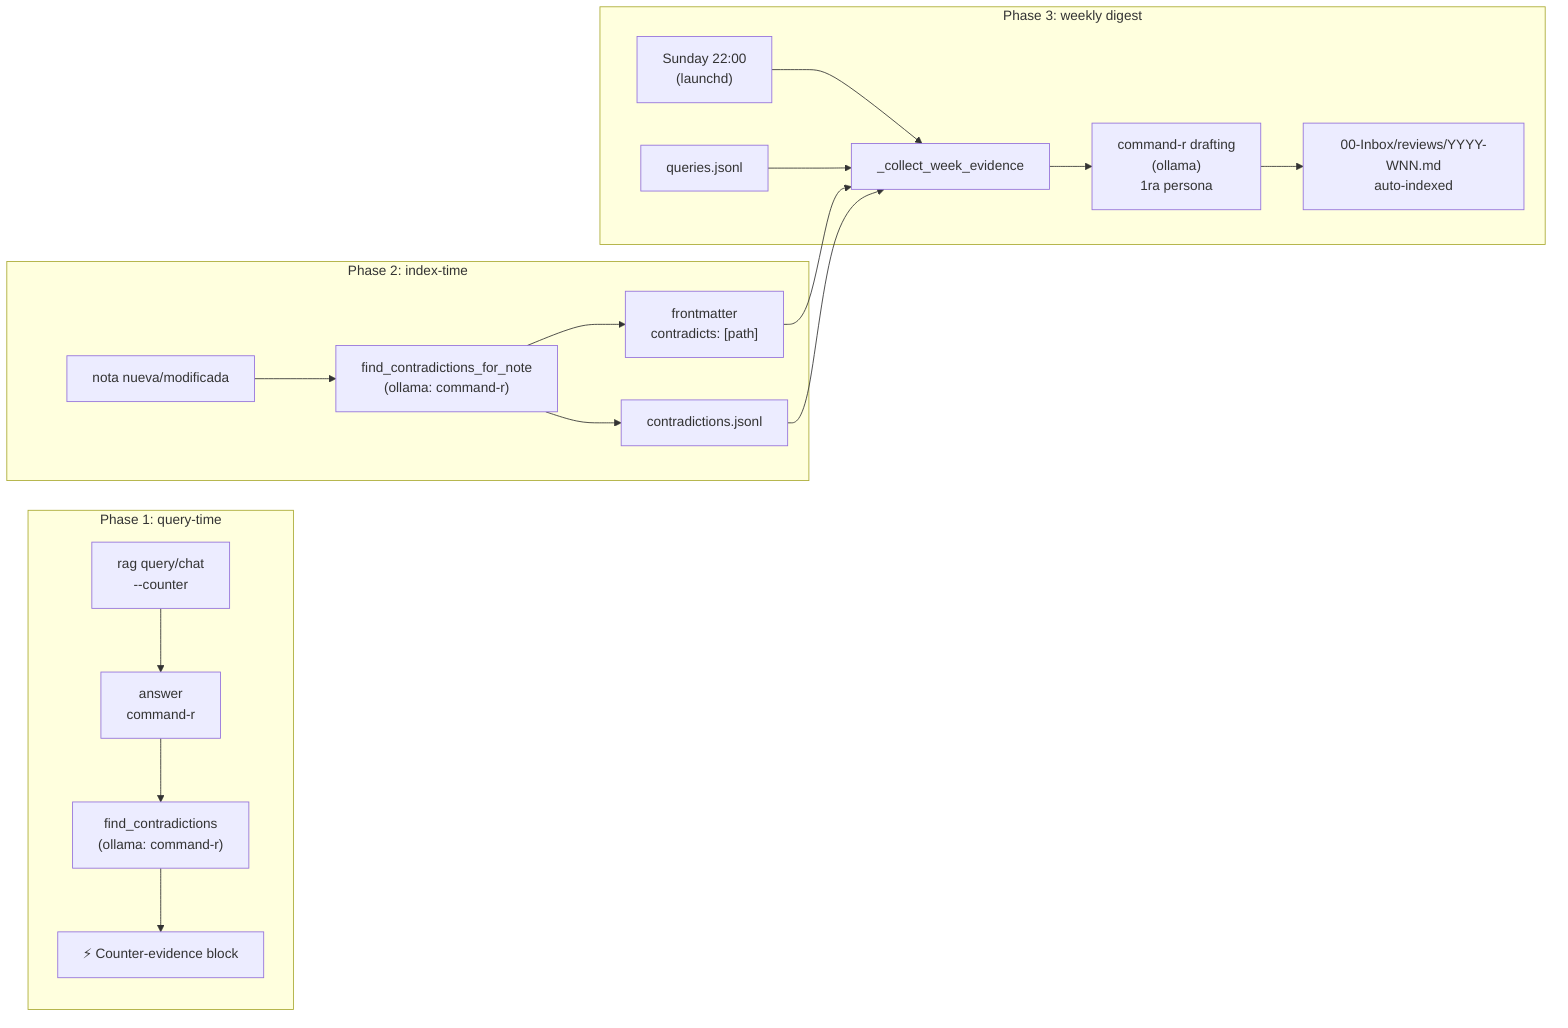
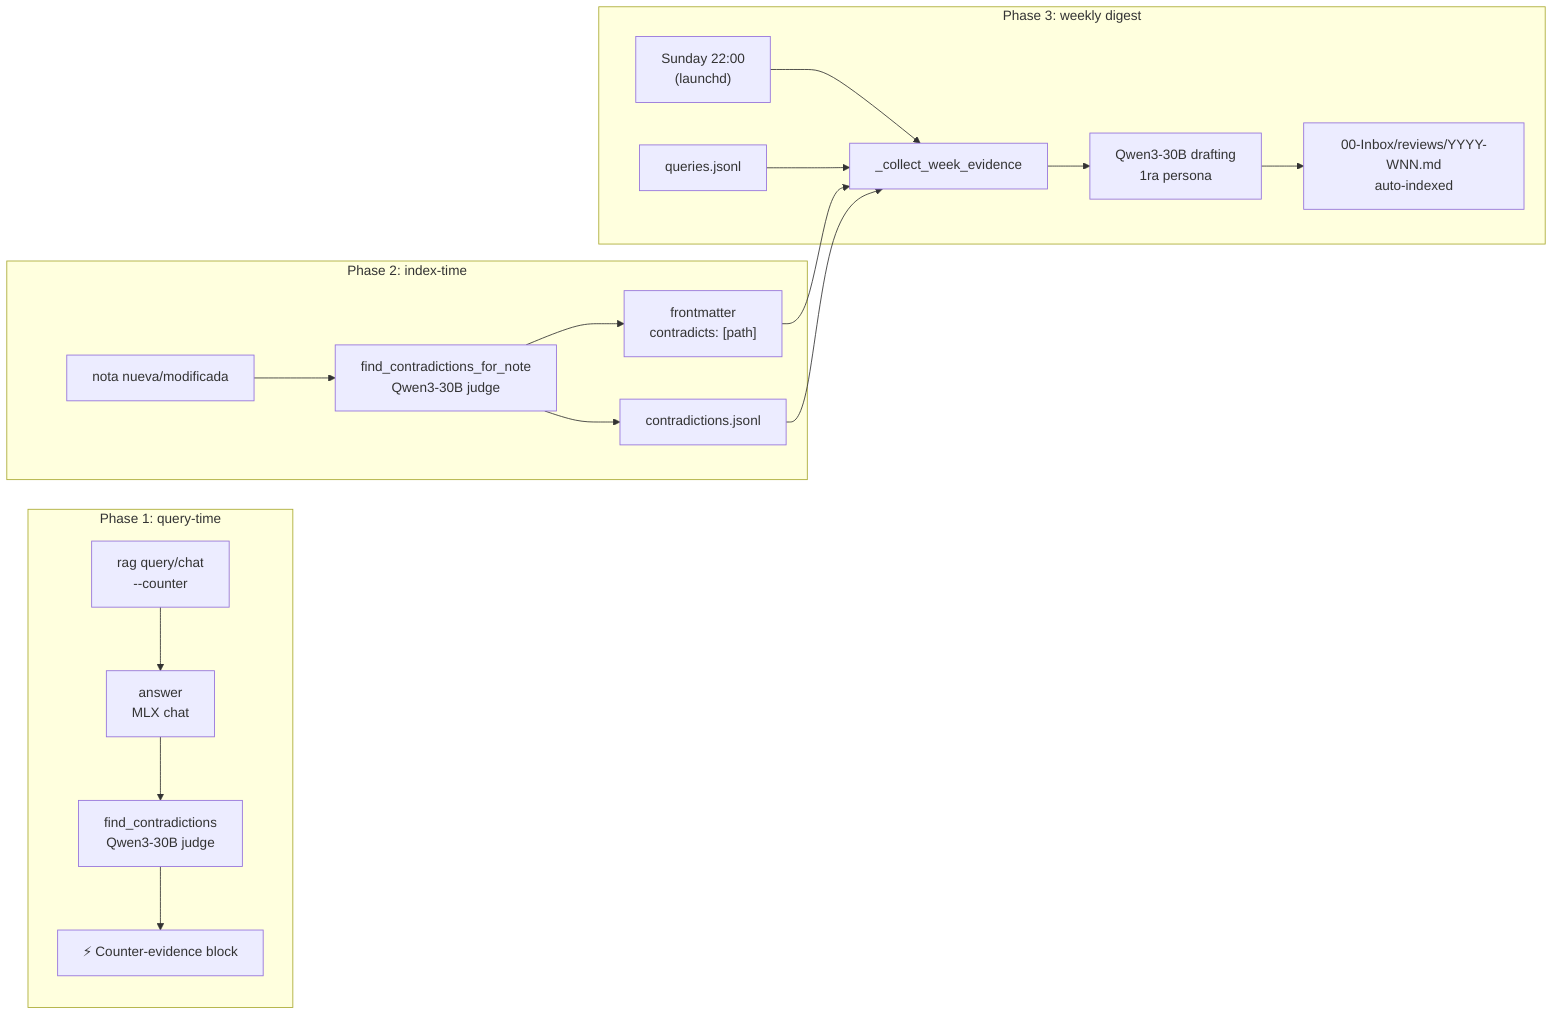
flowchart LR
    subgraph P1[Phase 1: query-time]
-         Q[rag query/chat<br/>--counter] --> A[answer<br/>command-r]
-         A --> Find1["find_contradictions<br/>(ollama: command-r)"]
+         Q[rag query/chat<br/>--counter] --> A[answer<br/>MLX chat]
+         A --> Find1["find_contradictions<br/>Qwen3-30B judge"]
        Find1 --> Render[⚡ Counter-evidence block]
    end
    subgraph P2[Phase 2: index-time]
-         Edit[nota nueva/modificada] --> Find2["find_contradictions_for_note<br/>(ollama: command-r)"]
+         Edit[nota nueva/modificada] --> Find2["find_contradictions_for_note<br/>Qwen3-30B judge"]
        Find2 --> FM["frontmatter<br/>contradicts: [path]"]
        Find2 --> JSONL[contradictions.jsonl]
    end
    subgraph P3[Phase 3: weekly digest]
        Cron["Sunday 22:00<br/>(launchd)"] --> Collect[_collect_week_evidence]
        FM --> Collect
        JSONL --> Collect
        QLogD[queries.jsonl] --> Collect
-         Collect --> Draft["command-r drafting<br/>(ollama)<br/>1ra persona"]
+         Collect --> Draft["Qwen3-30B drafting<br/>1ra persona"]
        Draft --> Note[00-Inbox/reviews/YYYY-WNN.md<br/>auto-indexed]
    end
